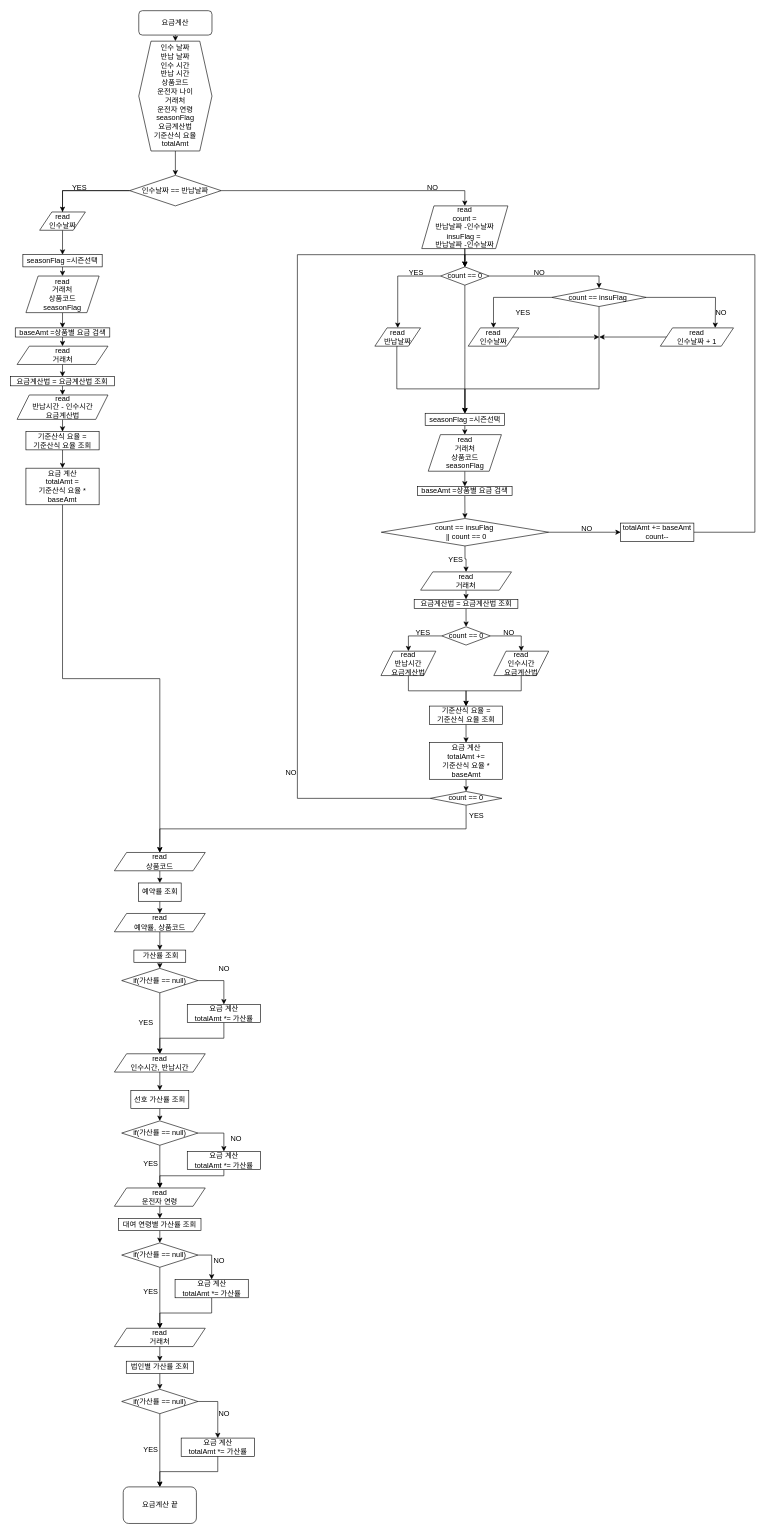
Above: AmtCalc.drawio in nsnnsn12/TestProject (draw.io), before the change. Source tidied: cells renumbered, new cells numbered last; positions are measured from the earlier drawing's top-left corner, leaving out a move shared by most shapes. Both pictures are drawn from the tidied source at 61%, with x=0, y=0 at pixel (10, 10).
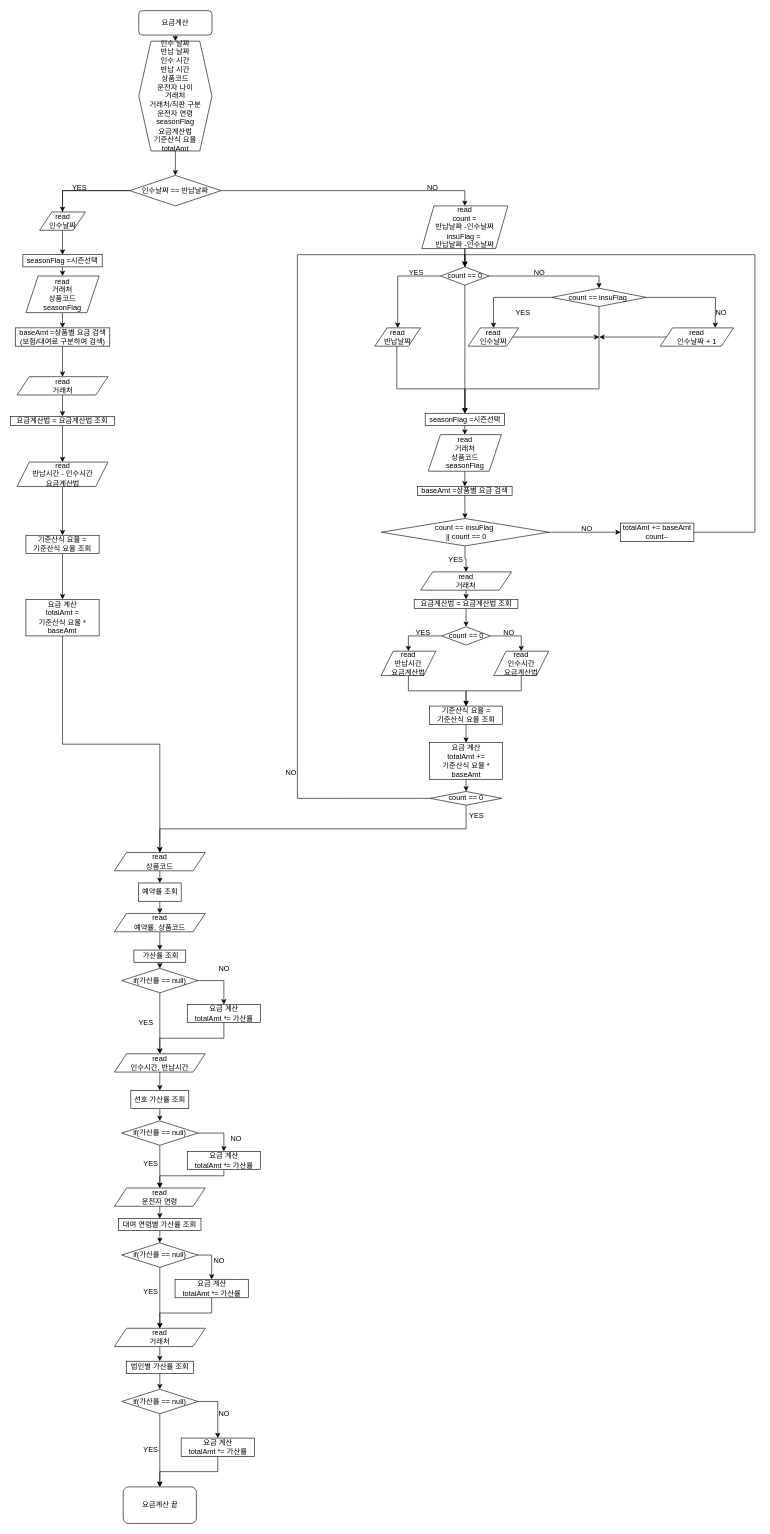
After the change.

The edit, as a diff of the source:
```diff
@@
-    <mxCell id="5" value="인수 날짜&lt;br&gt;반납 날짜&lt;br&gt;인수 시간&lt;br&gt;반납 시간&lt;br&gt;상품코드&lt;br&gt;운전자 나이&lt;br&gt;거래처&lt;br&gt;운전자 연령&lt;br&gt;seasonFlag&lt;br&gt;요금계산법&lt;br&gt;기준산식 요율&lt;br&gt;totalAmt" style="shape=hexagon;perimeter=hexagonPerimeter2;whiteSpace=wrap;html=1;fixedSize=1;" parent="1" vertex="1">
+    <mxCell id="5" value="인수 날짜&lt;br&gt;반납 날짜&lt;br&gt;인수 시간&lt;br&gt;반납 시간&lt;br&gt;상품코드&lt;br&gt;운전자 나이&lt;br&gt;거래처&lt;br&gt;거래처/직판 구분&lt;br&gt;운전자 연령&lt;br&gt;seasonFlag&lt;br&gt;요금계산법&lt;br&gt;기준산식 요율&lt;br&gt;totalAmt" style="shape=hexagon;perimeter=hexagonPerimeter2;whiteSpace=wrap;html=1;fixedSize=1;" parent="1" vertex="1">
       <mxGeometry x="210" y="50" width="120" height="180" as="geometry" />
     </mxCell>
@@
-    <mxCell id="13" value="baseAmt =상품별 요금 검색&lt;br&gt;" style="rounded=0;whiteSpace=wrap;html=1;" parent="1" vertex="1">
-      <mxGeometry x="7.5" y="520" width="155" height="15" as="geometry" />
+    <mxCell id="13" value="baseAmt =상품별 요금 검색(보험/대여료 구분하여 검색)" style="rounded=0;whiteSpace=wrap;html=1;" parent="1" vertex="1">
+      <mxGeometry x="7.5" y="520" width="155" height="30" as="geometry" />
     </mxCell>
@@
     <mxCell id="20" value="read&lt;br&gt;반납시간 - 인수시간&lt;br&gt;요금계산법" style="shape=parallelogram;perimeter=parallelogramPerimeter;whiteSpace=wrap;html=1;fixedSize=1;" parent="1" vertex="1">
-      <mxGeometry x="10.5" y="630" width="149" height="40" as="geometry" />
+      <mxGeometry x="10.5" y="740" width="149" height="40" as="geometry" />
     </mxCell>
@@
     <mxCell id="22" value="read&lt;br&gt;거래처" style="shape=parallelogram;perimeter=parallelogramPerimeter;whiteSpace=wrap;html=1;fixedSize=1;" parent="1" vertex="1">
-      <mxGeometry x="10.5" y="550" width="149" height="30" as="geometry" />
+      <mxGeometry x="10.5" y="600" width="149" height="30" as="geometry" />
     </mxCell>
@@
     <mxCell id="24" value="요금계산법 = 요금계산법 조회" style="rounded=0;whiteSpace=wrap;html=1;" parent="1" vertex="1">
-      <mxGeometry y="600" width="170" height="15" as="geometry" />
+      <mxGeometry y="665" width="170" height="15" as="geometry" />
     </mxCell>
@@
     <mxCell id="26" value="기준산식 요율 = &lt;br&gt;기준산식 요율 조회" style="rounded=0;whiteSpace=wrap;html=1;" parent="1" vertex="1">
-      <mxGeometry x="25" y="690" width="120" height="30" as="geometry" />
+      <mxGeometry x="25" y="860" width="120" height="30" as="geometry" />
     </mxCell>
@@
     <mxCell id="28" value="요금 계산&lt;br&gt;totalAmt =&lt;br&gt;기준산식 요율 * baseAmt" style="rounded=0;whiteSpace=wrap;html=1;" parent="1" vertex="1">
-      <mxGeometry x="25" y="750" width="120" height="60" as="geometry" />
+      <mxGeometry x="25" y="965" width="120" height="60" as="geometry" />
     </mxCell>
```
